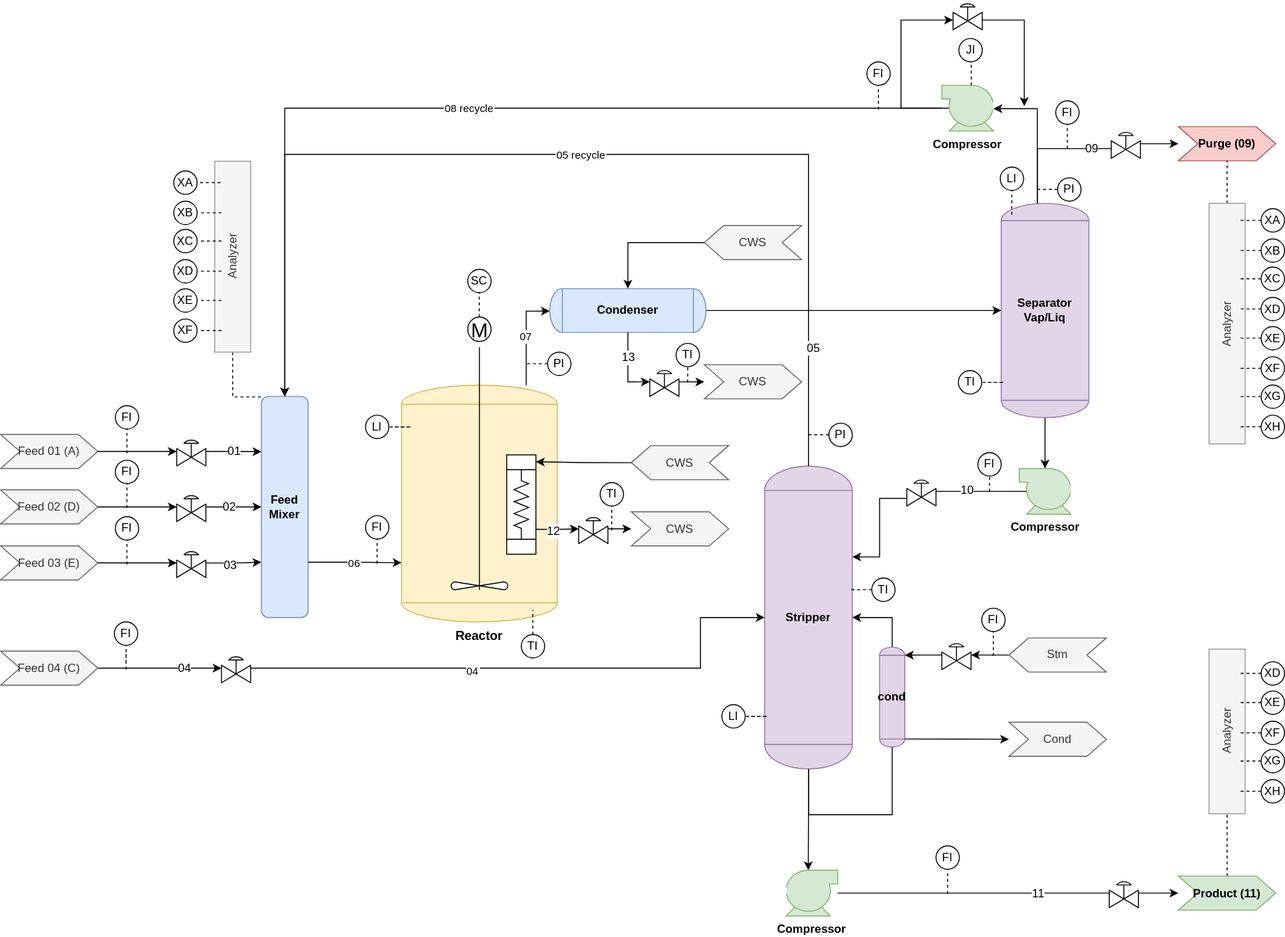
The draw.io diagram docs/dashboard_refactor/tep-diagram.drawio.svg in Green-Cinnamon-Labs/spec-tennessee-eastman, before a commit. Source tidied: cells renumbered, new cells last; positions are measured from the earlier drawing's top-left corner, leaving out a move shared by most shapes.
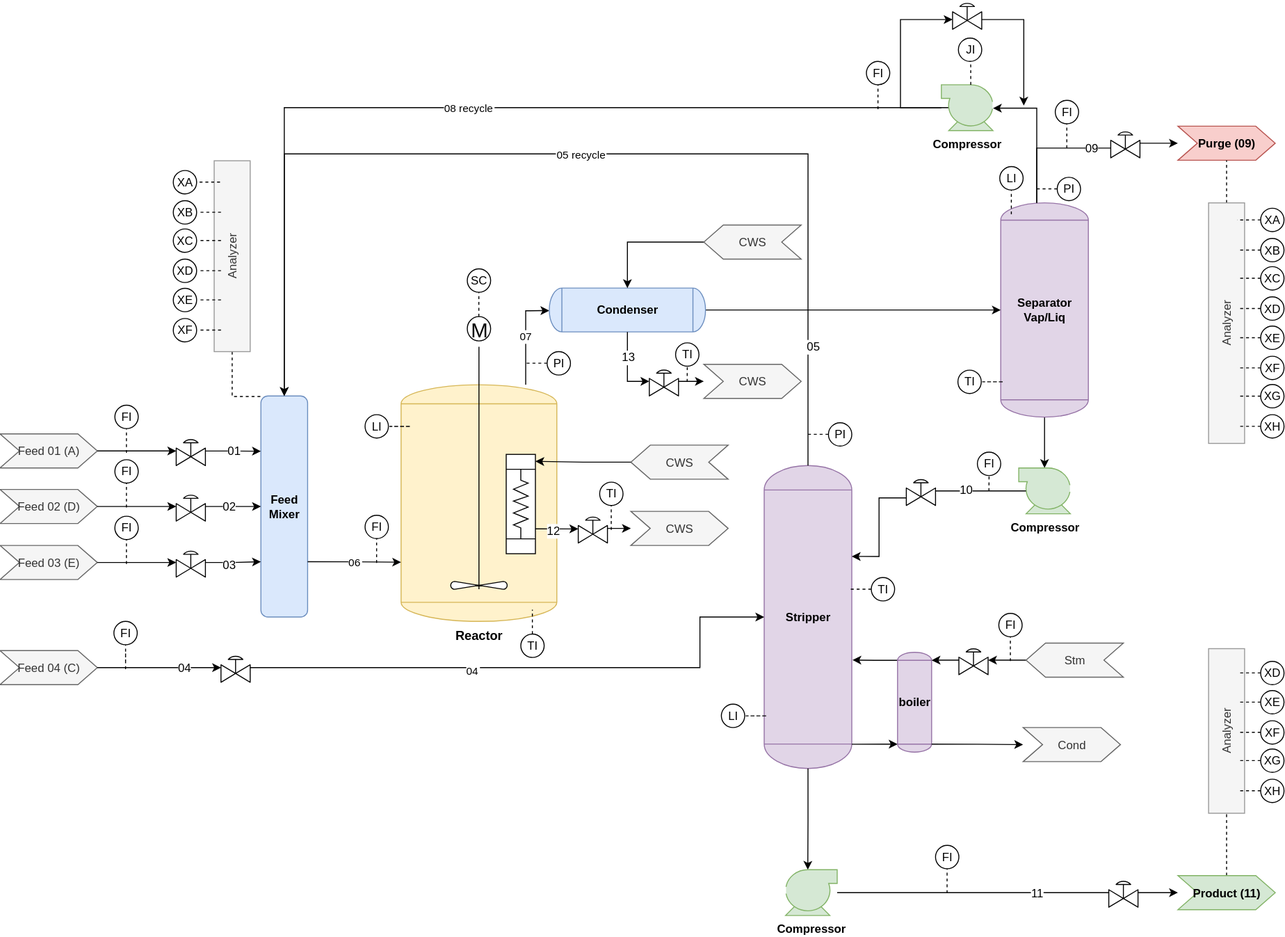
After the commit.

What changed in the source:
```diff
@@ -133,20 +133,15 @@
     <mxCell id="34" value="Compressor" style="verticalLabelPosition=bottom;outlineConnect=0;align=center;dashed=0;html=1;verticalAlign=top;shape=mxgraph.pid.compressors.centrifugal_compressor;whiteSpace=wrap;html=1;fillColor=#d5e8d4;strokeColor=#82b366;fontStyle=1;rotation=0;direction=east;flipV=0;legacyAnchorPoints=0;flipH=0;" parent="1" vertex="1">
       <mxGeometry x="807" y="893" width="53" height="47" as="geometry" />
     </mxCell>
-    <mxCell id="35" style="edgeStyle=orthogonalEdgeStyle;rounded=0;jettySize=auto;html=1;exitX=0.5;exitY=0;exitDx=0;exitDy=0;exitPerimeter=0;fontFamily=Helvetica;fontSize=12;fontColor=default;" parent="1" edge="1" source="36" target="8">
-      <mxGeometry relative="1" as="geometry" />
-    </mxCell>
-    <mxCell id="36" value="cond" style="shape=mxgraph.pid.vessels.tank;whiteSpace=wrap;html=1;boundedLbl=1;backgroundOutline=1;size=15;fillColor=#e1d5e7;strokeColor=#9673a6;fontStyle=1;" parent="1" vertex="1">
-      <mxGeometry x="903" y="664" width="26" height="102.5" as="geometry" />
-    </mxCell>
-    <mxCell id="37" style="edgeStyle=orthogonalEdgeStyle;rounded=0;exitX=0.5;exitY=1;exitDx=0;exitDy=0;exitPerimeter=0;endArrow=none;endFill=0;entryX=0.5;entryY=1;entryDx=0;entryDy=0;entryPerimeter=0;" parent="1" edge="1" source="8" target="36">
-      <mxGeometry relative="1" as="geometry">
-        <Array as="points">
-          <mxPoint x="830" y="836" />
-          <mxPoint x="916" y="836" />
-        </Array>
-      </mxGeometry>
-    </mxCell>
+    <mxCell id="196" style="edgeStyle=orthogonalEdgeStyle;rounded=0;jettySize=auto;html=1;exitX=0;exitY=0.08;exitDx=0;exitDy=0;exitPerimeter=0;fontFamily=Helvetica;fontSize=12;fontColor=default;entryX=1.008;entryY=0.642;entryDx=0;entryDy=0;entryPerimeter=0;" parent="1" edge="1" source="197" target="8">
+      <mxGeometry relative="1" as="geometry" />
+    </mxCell>
+    <mxCell id="197" value="boiler" style="shape=mxgraph.pid.vessels.tank;whiteSpace=wrap;html=1;boundedLbl=1;backgroundOutline=1;size=15;fillColor=#e1d5e7;strokeColor=#9673a6;fontStyle=1;" parent="1" vertex="1">
+      <mxGeometry x="922" y="669.8" width="35" height="102.5" as="geometry" />
+    </mxCell>
+    <mxCell id="198" style="edgeStyle=orthogonalEdgeStyle;rounded=0;endArrow=classic;endFill=1;entryX=0;entryY=0.92;entryDx=0;entryDy=0;entryPerimeter=0;exitX=1;exitY=0.92;exitDx=0;exitDy=0;exitPerimeter=0;" parent="1" edge="1" source="8" target="197">
+      <mxGeometry relative="1" as="geometry" />
+    </mxCell>
     <mxCell id="38" style="edgeStyle=orthogonalEdgeStyle;rounded=0;" parent="1" edge="1" source="57" target="15">
       <mxGeometry relative="1" as="geometry" />
     </mxCell>
@@ -217,14 +212,14 @@
     <mxCell id="57" style="verticalLabelPosition=bottom;align=center;html=1;verticalAlign=top;dashed=0;shape=mxgraph.pid2valves.valve;valveType=gate;actuator=diaph;strokeColor=default;fontFamily=Helvetica;fontSize=12;fontColor=default;fillColor=default;" parent="1" vertex="1">
       <mxGeometry x="1139" y="901.5" width="30" height="30" as="geometry" />
     </mxCell>
-    <mxCell id="58" style="edgeStyle=orthogonalEdgeStyle;rounded=0;jettySize=auto;html=1;fontFamily=Helvetica;fontSize=12;fontColor=default;" parent="1" edge="1" source="59">
-      <mxGeometry relative="1" as="geometry">
-        <mxPoint x="1051.7" y="108.3" as="targetPoint" />
-        <Array as="points">
-          <mxPoint x="1052" y="20" />
-        </Array>
-      </mxGeometry>
-    </mxCell>
+    <mxCell id="199" style="edgeStyle=orthogonalEdgeStyle;rounded=0;jettySize=auto;html=1;fontFamily=Helvetica;fontSize=12;fontColor=default;" parent="1" edge="1" source="59">
+      <mxGeometry relative="1" as="geometry">
+        <mxPoint x="1051.7" y="108.3" as="targetPoint" />
+        <Array as="points">
+          <mxPoint x="1052" y="20" />
+        </Array>
+      </mxGeometry>
+    </mxCell>
     <mxCell id="59" style="verticalLabelPosition=bottom;align=center;html=1;verticalAlign=top;dashed=0;shape=mxgraph.pid2valves.valve;valveType=gate;actuator=diaph;strokeColor=default;fontFamily=Helvetica;fontSize=12;fontColor=default;fillColor=default;" parent="1" vertex="1">
       <mxGeometry x="978.5" width="30" height="30" as="geometry" />
     </mxCell>
@@ -237,13 +232,16 @@
     <mxCell id="62" style="verticalLabelPosition=bottom;align=center;html=1;verticalAlign=top;dashed=0;shape=mxgraph.pid2valves.valve;valveType=gate;actuator=diaph;strokeColor=default;fontFamily=Helvetica;fontSize=12;fontColor=default;fillColor=default;" parent="1" vertex="1">
       <mxGeometry x="931" y="489" width="30" height="30" as="geometry" />
     </mxCell>
-    <mxCell id="63" value="M" style="dashed=0;align=center;html=1;shape=mxgraph.pid.engines.electric_motor;fontSize=21;strokeColor=default;verticalAlign=middle;fontFamily=Helvetica;fontColor=default;fillColor=default;" parent="1" vertex="1">
-      <mxGeometry x="480" y="325" width="24" height="25" as="geometry" />
-    </mxCell>
-    <mxCell id="64" style="edgeStyle=orthogonalEdgeStyle;rounded=0;jettySize=auto;html=1;exitX=0.25;exitY=1;exitDx=0;exitDy=0;exitPerimeter=0;fontFamily=Helvetica;fontSize=12;fontColor=default;" parent="1" edge="1" source="66" target="77">
-      <mxGeometry relative="1" as="geometry" />
-    </mxCell>
+    <mxCell id="200" style="edgeStyle=orthogonalEdgeStyle;rounded=0;jettySize=auto;html=1;exitX=0.25;exitY=1;exitDx=0;exitDy=0;exitPerimeter=0;fontFamily=Helvetica;fontSize=12;fontColor=default;" parent="1" edge="1" source="66">
+      <mxGeometry relative="1" as="geometry">
+        <mxPoint x="594" y="543" as="targetPoint" />
+        <Array as="points">
+          <mxPoint x="584" y="543" />
+          <mxPoint x="584" y="543" />
+        </Array>
+      </mxGeometry>
+    </mxCell>
-    <mxCell id="65" value="12" style="edgeLabel;html=1;align=center;verticalAlign=middle;strokeColor=default;fontFamily=Helvetica;fontSize=12;fontColor=default;fillColor=default;" parent="64" vertex="1">
+    <mxCell id="65" value="12" style="edgeLabel;html=1;align=center;verticalAlign=middle;strokeColor=default;fontFamily=Helvetica;fontSize=12;fontColor=default;fillColor=default;" parent="200" vertex="1">
       <mxGeometry x="0.13" y="-1" relative="1" as="geometry">
         <mxPoint x="-7" y="1" as="offset" />
       </mxGeometry>
@@ -251,18 +249,6 @@
     <mxCell id="66" style="shape=mxgraph.pid.heat_exchangers.heat_exchanger_(coil_tubes);html=1;align=center;verticalLabelPosition=bottom;verticalAlign=top;dashed=0;strokeColor=default;fontFamily=Helvetica;fontSize=12;fontColor=default;fillColor=default;rotation=-90;" parent="1" vertex="1">
       <mxGeometry x="484" y="502.5" width="102" height="30" as="geometry" />
     </mxCell>
-    <mxCell id="67" style="group;" parent="1" vertex="1">
-      <mxGeometry x="463" y="356" width="58" height="249" as="geometry" />
-    </mxCell>
-    <mxCell id="68" style="edgeStyle=orthogonalEdgeStyle;rounded=0;orthogonalLoop=1;jettySize=auto;html=1;exitX=0.5;exitY=1;exitDx=0;exitDy=0;exitPerimeter=0;fontFamily=Helvetica;fontSize=12;fontColor=default;endArrow=ERone;endFill=0;" parent="67" edge="1">
-      <mxGeometry relative="1" as="geometry">
-        <mxPoint x="29" as="sourcePoint" />
-        <mxPoint x="29" y="249" as="targetPoint" />
-      </mxGeometry>
-    </mxCell>
-    <mxCell id="69" style="verticalLabelPosition=bottom;align=center;dashed=0;html=1;verticalAlign=top;shape=mxgraph.pid.misc.fan_2;strokeColor=default;fontFamily=Helvetica;fontSize=12;fontColor=default;fillColor=default;" parent="67" vertex="1">
-      <mxGeometry y="241" width="58" height="8" as="geometry" />
-    </mxCell>
     <mxCell id="70" value="CWS" style="shape=step;whiteSpace=wrap;html=1;fillColor=#f5f5f5;strokeColor=#666666;fontColor=#333333;flipH=1;legacyAnchorPoints=0;" parent="1" vertex="1">
       <mxGeometry x="648" y="457" width="100" height="35" as="geometry" />
     </mxCell>
@@ -298,24 +284,24 @@
     <mxCell id="80" style="verticalLabelPosition=bottom;align=center;html=1;verticalAlign=top;dashed=0;shape=mxgraph.pid2valves.valve;valveType=gate;actuator=diaph;strokeColor=default;fontFamily=Helvetica;fontSize=12;fontColor=default;fillColor=default;" parent="1" vertex="1">
       <mxGeometry x="667" y="376.5" width="30" height="30" as="geometry" />
     </mxCell>
-    <mxCell id="81" style="verticalLabelPosition=bottom;align=center;html=1;verticalAlign=top;dashed=0;shape=mxgraph.pid2valves.valve;valveType=gate;actuator=diaph;strokeColor=default;fontFamily=Helvetica;fontSize=12;fontColor=default;fillColor=default;" parent="1" vertex="1">
-      <mxGeometry x="967" y="657" width="30" height="30" as="geometry" />
-    </mxCell>
-    <mxCell id="82" style="edgeStyle=orthogonalEdgeStyle;rounded=0;jettySize=auto;html=1;exitX=1;exitY=0.5;exitDx=0;exitDy=0;fontFamily=Helvetica;fontSize=12;fontColor=default;" parent="1" edge="1" source="83" target="81">
-      <mxGeometry relative="1" as="geometry" />
-    </mxCell>
+    <mxCell id="201" style="verticalLabelPosition=bottom;align=center;html=1;verticalAlign=top;dashed=0;shape=mxgraph.pid2valves.valve;valveType=gate;actuator=diaph;strokeColor=default;fontFamily=Helvetica;fontSize=12;fontColor=default;fillColor=default;" parent="1" vertex="1">
+      <mxGeometry x="985" y="662.8" width="30" height="30" as="geometry" />
+    </mxCell>
+    <mxCell id="202" style="edgeStyle=orthogonalEdgeStyle;rounded=0;jettySize=auto;html=1;exitX=1;exitY=0.5;exitDx=0;exitDy=0;fontFamily=Helvetica;fontSize=12;fontColor=default;" parent="1" edge="1" source="83" target="201">
+      <mxGeometry relative="1" as="geometry" />
+    </mxCell>
     <mxCell id="83" value="Stm" style="shape=step;whiteSpace=wrap;html=1;fillColor=#f5f5f5;strokeColor=#666666;fontColor=#333333;flipH=1;legacyAnchorPoints=0;" parent="1" vertex="1">
-      <mxGeometry x="1036" y="654.5" width="100" height="35" as="geometry" />
+      <mxGeometry x="1054" y="660.2" width="100" height="35" as="geometry" />
     </mxCell>
     <mxCell id="84" value="Cond" style="shape=step;whiteSpace=wrap;html=1;fillColor=#f5f5f5;strokeColor=#666666;fontColor=#333333;flipH=0;legacyAnchorPoints=0;" parent="1" vertex="1">
-      <mxGeometry x="1036" y="741" width="100" height="35" as="geometry" />
+      <mxGeometry x="1051" y="747" width="100" height="35" as="geometry" />
     </mxCell>
-    <mxCell id="85" style="edgeStyle=orthogonalEdgeStyle;rounded=0;jettySize=auto;html=1;entryX=1;entryY=0.08;entryDx=0;entryDy=0;entryPerimeter=0;fontFamily=Helvetica;fontSize=12;fontColor=default;" parent="1" edge="1" source="81" target="36">
-      <mxGeometry relative="1" as="geometry" />
-    </mxCell>
-    <mxCell id="86" style="edgeStyle=orthogonalEdgeStyle;rounded=0;jettySize=auto;html=1;exitX=1;exitY=0.92;exitDx=0;exitDy=0;entryX=0;entryY=0.5;entryDx=0;entryDy=0;fontFamily=Helvetica;fontSize=12;fontColor=default;exitPerimeter=0;" parent="1" edge="1" source="36" target="84">
-      <mxGeometry relative="1" as="geometry" />
-    </mxCell>
+    <mxCell id="203" style="edgeStyle=orthogonalEdgeStyle;rounded=0;jettySize=auto;html=1;entryX=1;entryY=0.08;entryDx=0;entryDy=0;entryPerimeter=0;fontFamily=Helvetica;fontSize=12;fontColor=default;" parent="1" edge="1" source="201" target="197">
+      <mxGeometry relative="1" as="geometry" />
+    </mxCell>
+    <mxCell id="204" style="edgeStyle=orthogonalEdgeStyle;rounded=0;jettySize=auto;html=1;exitX=1;exitY=0.92;exitDx=0;exitDy=0;entryX=0;entryY=0.5;entryDx=0;entryDy=0;fontFamily=Helvetica;fontSize=12;fontColor=default;exitPerimeter=0;" parent="1" edge="1" source="197" target="84">
+      <mxGeometry relative="1" as="geometry" />
+    </mxCell>
     <mxCell id="87" style="edgeStyle=orthogonalEdgeStyle;rounded=0;jettySize=auto;html=1;exitX=0.5;exitY=0;exitDx=0;exitDy=0;fontFamily=Helvetica;fontSize=12;fontColor=default;endArrow=none;endFill=0;dashed=1;" parent="1" edge="1" source="88" target="13">
       <mxGeometry relative="1" as="geometry" />
     </mxCell>
@@ -564,18 +550,6 @@
         <mxPoint x="11.9" as="targetPoint" />
       </mxGeometry>
     </mxCell>
-    <mxCell id="146" style="group;" parent="1" vertex="1">
-      <mxGeometry x="480" y="276" width="24" height="49" as="geometry" />
-    </mxCell>
-    <mxCell id="147" value="SC" style="ellipse;whiteSpace=wrap;html=1;strokeColor=default;align=center;verticalAlign=middle;fontFamily=Helvetica;fontSize=12;fontColor=default;fillColor=default;" parent="146" vertex="1">
-      <mxGeometry width="24" height="24" as="geometry" />
-    </mxCell>
-    <mxCell id="148" style="edgeStyle=orthogonalEdgeStyle;rounded=0;orthogonalLoop=1;jettySize=auto;html=1;fontFamily=Helvetica;fontSize=12;fontColor=default;endArrow=none;endFill=0;dashed=1;" parent="146" edge="1">
-      <mxGeometry relative="1" as="geometry">
-        <mxPoint x="11.9" y="49" as="sourcePoint" />
-        <mxPoint x="11.9" y="24" as="targetPoint" />
-      </mxGeometry>
-    </mxCell>
     <mxCell id="149" style="group;" parent="1" vertex="1">
       <mxGeometry x="616" y="495" width="24" height="49" as="geometry" />
     </mxCell>
@@ -745,17 +719,41 @@
         <mxPoint x="11.9" y="24" as="targetPoint" />
       </mxGeometry>
     </mxCell>
-    <mxCell id="193" style="group;" parent="1" vertex="1">
-      <mxGeometry x="1008" y="624" width="24" height="49" as="geometry" />
-    </mxCell>
+    <mxCell id="205" style="group;" parent="1" vertex="1">
+      <mxGeometry x="1026" y="629.8" width="24" height="49" as="geometry" />
+    </mxCell>
-    <mxCell id="194" value="FI" style="ellipse;whiteSpace=wrap;html=1;strokeColor=default;align=center;verticalAlign=middle;fontFamily=Helvetica;fontSize=12;fontColor=default;fillColor=default;" parent="193" vertex="1">
+    <mxCell id="194" value="FI" style="ellipse;whiteSpace=wrap;html=1;strokeColor=default;align=center;verticalAlign=middle;fontFamily=Helvetica;fontSize=12;fontColor=default;fillColor=default;" parent="205" vertex="1">
       <mxGeometry width="24" height="24" as="geometry" />
     </mxCell>
-    <mxCell id="195" style="edgeStyle=orthogonalEdgeStyle;rounded=0;orthogonalLoop=1;jettySize=auto;html=1;fontFamily=Helvetica;fontSize=12;fontColor=default;endArrow=none;endFill=0;dashed=1;" parent="193" edge="1">
+    <mxCell id="195" style="edgeStyle=orthogonalEdgeStyle;rounded=0;orthogonalLoop=1;jettySize=auto;html=1;fontFamily=Helvetica;fontSize=12;fontColor=default;endArrow=none;endFill=0;dashed=1;" parent="205" edge="1">
       <mxGeometry relative="1" as="geometry">
         <mxPoint x="11.9" y="49" as="sourcePoint" />
         <mxPoint x="11.9" y="24" as="targetPoint" />
       </mxGeometry>
     </mxCell>
+    <mxCell id="206" style="group;" parent="1" vertex="1">
+      <mxGeometry x="463" y="276" width="58" height="329" as="geometry" />
+    </mxCell>
+    <mxCell id="63" value="M" style="dashed=0;align=center;html=1;shape=mxgraph.pid.engines.electric_motor;fontSize=21;strokeColor=default;verticalAlign=middle;fontFamily=Helvetica;fontColor=default;fillColor=default;" parent="206" vertex="1">
+      <mxGeometry x="17" y="49" width="24" height="25" as="geometry" />
+    </mxCell>
+    <mxCell id="147" value="SC" style="ellipse;whiteSpace=wrap;html=1;strokeColor=default;align=center;verticalAlign=middle;fontFamily=Helvetica;fontSize=12;fontColor=default;fillColor=default;" parent="206" vertex="1">
+      <mxGeometry x="17" width="24" height="24" as="geometry" />
+    </mxCell>
+    <mxCell id="148" style="edgeStyle=orthogonalEdgeStyle;rounded=0;orthogonalLoop=1;jettySize=auto;html=1;fontFamily=Helvetica;fontSize=12;fontColor=default;endArrow=none;endFill=0;dashed=1;" parent="206" edge="1">
+      <mxGeometry relative="1" as="geometry">
+        <mxPoint x="28.9" y="49" as="sourcePoint" />
+        <mxPoint x="28.9" y="24" as="targetPoint" />
+      </mxGeometry>
+    </mxCell>
+    <mxCell id="68" style="edgeStyle=orthogonalEdgeStyle;rounded=0;orthogonalLoop=1;jettySize=auto;html=1;exitX=0.5;exitY=1;exitDx=0;exitDy=0;exitPerimeter=0;fontFamily=Helvetica;fontSize=12;fontColor=default;endArrow=ERone;endFill=0;" parent="206" edge="1">
+      <mxGeometry relative="1" as="geometry">
+        <mxPoint x="29" y="80" as="sourcePoint" />
+        <mxPoint x="29" y="329" as="targetPoint" />
+      </mxGeometry>
+    </mxCell>
+    <mxCell id="69" style="verticalLabelPosition=bottom;align=center;dashed=0;html=1;verticalAlign=top;shape=mxgraph.pid.misc.fan_2;strokeColor=default;fontFamily=Helvetica;fontSize=12;fontColor=default;fillColor=default;" parent="206" vertex="1">
+      <mxGeometry y="321" width="58" height="8" as="geometry" />
+    </mxCell>
   </root>
 </mxGraphModel>
```
